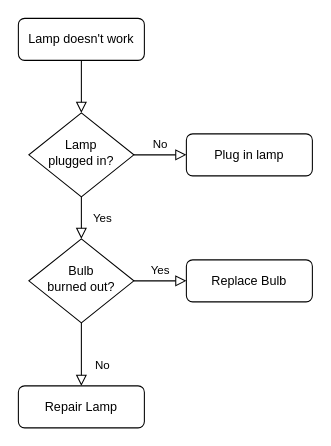
CTCSU/blog keeps this draw.io diagram as Untitled Diagram.drawio. Above is the earlier version. Source tidied: cells renumbered, new cells numbered last; positions are measured from the earlier drawing's top-left corner, leaving out a move shared by most shapes. Both pictures are drawn from the tidied source at 105%, with x=0, y=0 at pixel (18, 18).
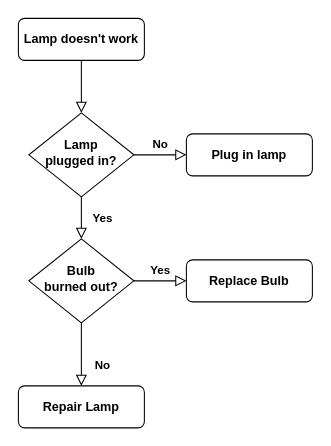
The same page after the edit.

Diff of the diagram source:
```diff
@@
 <mxGraphModel>
   <root>
     <mxCell id="0" />
     <mxCell id="1" parent="0" />
-    <mxCell id="2" style="rounded=0;html=1;jettySize=auto;fontSize=11;endArrow=block;endFill=0;endSize=8;strokeWidth=1;shadow=0;labelBackgroundColor=none;edgeStyle=orthogonalEdgeStyle;" parent="1" edge="1" source="3" target="6">
+    <mxCell id="2" style="rounded=0;html=1;jettySize=auto;fontSize=11;endArrow=block;endFill=0;endSize=8;strokeWidth=1;shadow=0;labelBackgroundColor=none;edgeStyle=orthogonalEdgeStyle;fontStyle=1;" parent="1" edge="1" source="3" target="6">
       <mxGeometry relative="1" as="geometry" />
     </mxCell>
-    <mxCell id="3" value="Lamp doesn't work" style="rounded=1;whiteSpace=wrap;html=1;fontSize=12;glass=0;strokeWidth=1;shadow=0;" parent="1" vertex="1">
+    <mxCell id="3" value="Lamp doesn't work" style="rounded=1;whiteSpace=wrap;html=1;fontSize=12;glass=0;strokeWidth=1;shadow=0;fontStyle=1;" parent="1" vertex="1">
       <mxGeometry width="120" height="40" as="geometry" />
     </mxCell>
-    <mxCell id="4" value="Yes" style="rounded=0;html=1;jettySize=auto;fontSize=11;endArrow=block;endFill=0;endSize=8;strokeWidth=1;shadow=0;labelBackgroundColor=none;edgeStyle=orthogonalEdgeStyle;" parent="1" edge="1" source="6" target="10">
+    <mxCell id="4" value="Yes" style="rounded=0;html=1;jettySize=auto;fontSize=11;endArrow=block;endFill=0;endSize=8;strokeWidth=1;shadow=0;labelBackgroundColor=none;edgeStyle=orthogonalEdgeStyle;fontStyle=1;" parent="1" edge="1" source="6" target="10">
       <mxGeometry y="20" relative="1" as="geometry" />
     </mxCell>
-    <mxCell id="5" value="No" style="edgeStyle=orthogonalEdgeStyle;rounded=0;html=1;jettySize=auto;fontSize=11;endArrow=block;endFill=0;endSize=8;strokeWidth=1;shadow=0;labelBackgroundColor=none;" parent="1" edge="1" source="6" target="7">
+    <mxCell id="5" value="No" style="edgeStyle=orthogonalEdgeStyle;rounded=0;html=1;jettySize=auto;fontSize=11;endArrow=block;endFill=0;endSize=8;strokeWidth=1;shadow=0;labelBackgroundColor=none;fontStyle=1;" parent="1" edge="1" source="6" target="7">
       <mxGeometry y="10" relative="1" as="geometry" />
     </mxCell>
-    <mxCell id="6" value="Lamp&lt;br&gt;plugged in?" style="rhombus;whiteSpace=wrap;html=1;shadow=0;fontFamily=Helvetica;fontSize=12;align=center;strokeWidth=1;spacing=6;spacingTop=-4;" parent="1" vertex="1">
+    <mxCell id="6" value="Lamp&lt;br&gt;plugged in?" style="rhombus;whiteSpace=wrap;html=1;shadow=0;fontFamily=Helvetica;fontSize=12;align=center;strokeWidth=1;spacing=6;spacingTop=-4;fontStyle=1;" parent="1" vertex="1">
       <mxGeometry x="10" y="90" width="100" height="80" as="geometry" />
     </mxCell>
-    <mxCell id="7" value="Plug in lamp" style="rounded=1;whiteSpace=wrap;html=1;fontSize=12;glass=0;strokeWidth=1;shadow=0;" parent="1" vertex="1">
+    <mxCell id="7" value="Plug in lamp" style="rounded=1;whiteSpace=wrap;html=1;fontSize=12;glass=0;strokeWidth=1;shadow=0;fontStyle=1;" parent="1" vertex="1">
       <mxGeometry x="160" y="110" width="120" height="40" as="geometry" />
     </mxCell>
-    <mxCell id="8" value="No" style="rounded=0;html=1;jettySize=auto;fontSize=11;endArrow=block;endFill=0;endSize=8;strokeWidth=1;shadow=0;labelBackgroundColor=none;edgeStyle=orthogonalEdgeStyle;" parent="1" edge="1" source="10" target="11">
+    <mxCell id="8" value="No" style="rounded=0;html=1;jettySize=auto;fontSize=11;endArrow=block;endFill=0;endSize=8;strokeWidth=1;shadow=0;labelBackgroundColor=none;edgeStyle=orthogonalEdgeStyle;fontStyle=1;" parent="1" edge="1" source="10" target="11">
       <mxGeometry x="0.33" y="20" relative="1" as="geometry" />
     </mxCell>
-    <mxCell id="9" value="Yes" style="edgeStyle=orthogonalEdgeStyle;rounded=0;html=1;jettySize=auto;fontSize=11;endArrow=block;endFill=0;endSize=8;strokeWidth=1;shadow=0;labelBackgroundColor=none;" parent="1" edge="1" source="10" target="12">
+    <mxCell id="9" value="Yes" style="edgeStyle=orthogonalEdgeStyle;rounded=0;html=1;jettySize=auto;fontSize=11;endArrow=block;endFill=0;endSize=8;strokeWidth=1;shadow=0;labelBackgroundColor=none;fontStyle=1;" parent="1" edge="1" source="10" target="12">
       <mxGeometry y="10" relative="1" as="geometry" />
     </mxCell>
-    <mxCell id="10" value="Bulb&lt;br&gt;burned out?" style="rhombus;whiteSpace=wrap;html=1;shadow=0;fontFamily=Helvetica;fontSize=12;align=center;strokeWidth=1;spacing=6;spacingTop=-4;" parent="1" vertex="1">
+    <mxCell id="10" value="Bulb&lt;br&gt;burned out?" style="rhombus;whiteSpace=wrap;html=1;shadow=0;fontFamily=Helvetica;fontSize=12;align=center;strokeWidth=1;spacing=6;spacingTop=-4;fontStyle=1;" parent="1" vertex="1">
       <mxGeometry x="10" y="210" width="100" height="80" as="geometry" />
     </mxCell>
-    <mxCell id="11" value="Repair Lamp" style="rounded=1;whiteSpace=wrap;html=1;fontSize=12;glass=0;strokeWidth=1;shadow=0;" parent="1" vertex="1">
+    <mxCell id="11" value="Repair Lamp" style="rounded=1;whiteSpace=wrap;html=1;fontSize=12;glass=0;strokeWidth=1;shadow=0;fontStyle=1;" parent="1" vertex="1">
       <mxGeometry y="350" width="120" height="40" as="geometry" />
     </mxCell>
-    <mxCell id="12" value="Replace Bulb" style="rounded=1;whiteSpace=wrap;html=1;fontSize=12;glass=0;strokeWidth=1;shadow=0;" parent="1" vertex="1">
+    <mxCell id="12" value="Replace Bulb" style="rounded=1;whiteSpace=wrap;html=1;fontSize=12;glass=0;strokeWidth=1;shadow=0;fontStyle=1;" parent="1" vertex="1">
       <mxGeometry x="160" y="230" width="120" height="40" as="geometry" />
     </mxCell>
   </root>
 </mxGraphModel>
```
